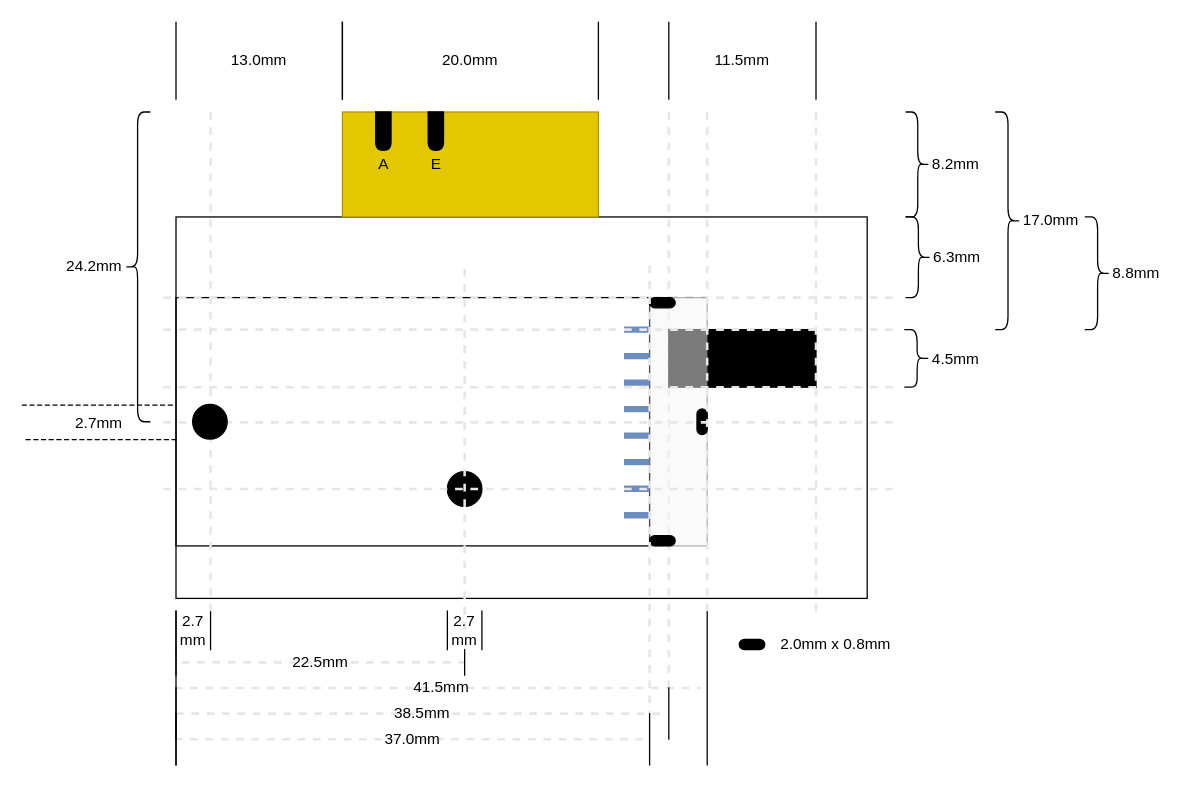
The draw.io diagram page "第 2 页" (2 of 4) of Wi-Fi/WiFi转接卡.drawio in Xezun/OpenCore-EFI-for-Lenovo-ThinkCentre-M920x-N000, before the edit. Source tidied: cells renumbered, new cells numbered last; positions are measured from the earlier drawing's top-left corner, leaving out a move shared by most shapes. Both pictures are drawn from the tidied source at 128%, with x=0, y=0 at pixel (22, 22).
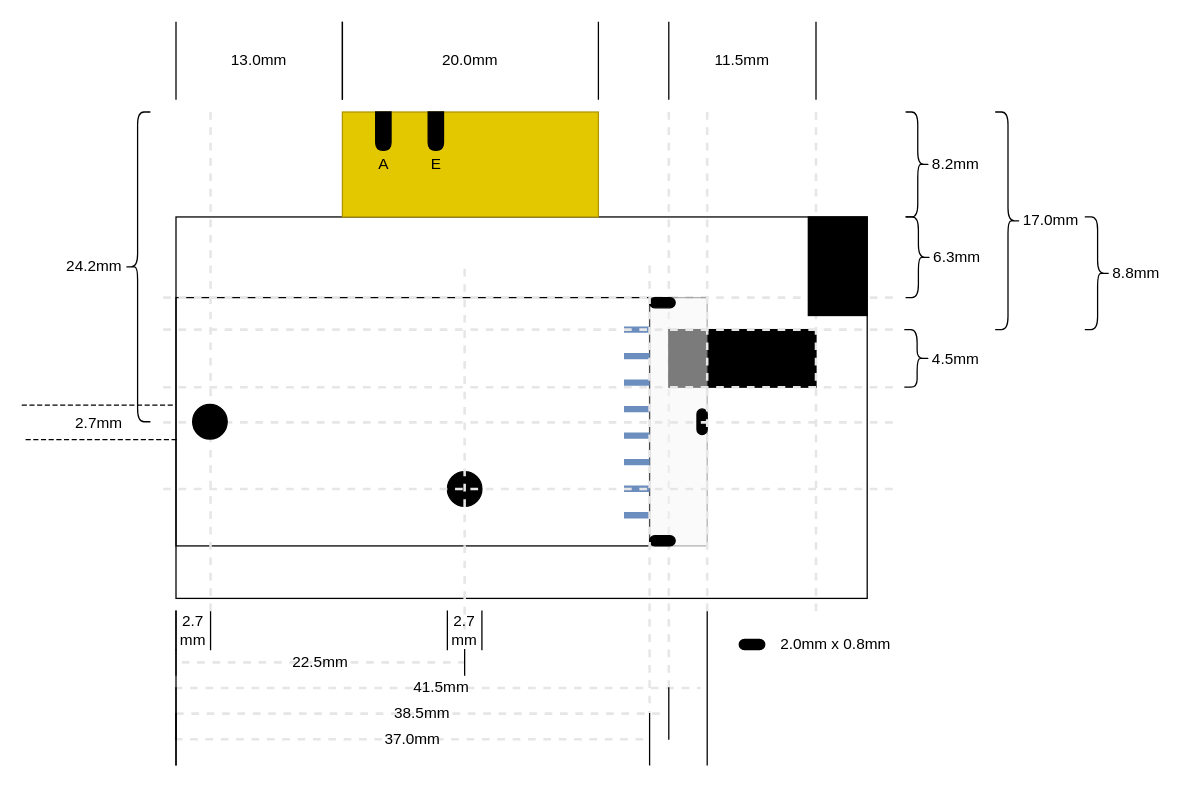
After the change.

Commit message:
已添加 WiFi转接卡.drawio

What changed in the source:
```diff
@@
+    <mxCell id="50" style="rounded=0;whiteSpace=wrap;html=1;fillColor=#000000;" parent="1" vertex="1">
+      <mxGeometry x="614" y="152" width="46" height="77" as="geometry" />
+    </mxCell>
```
